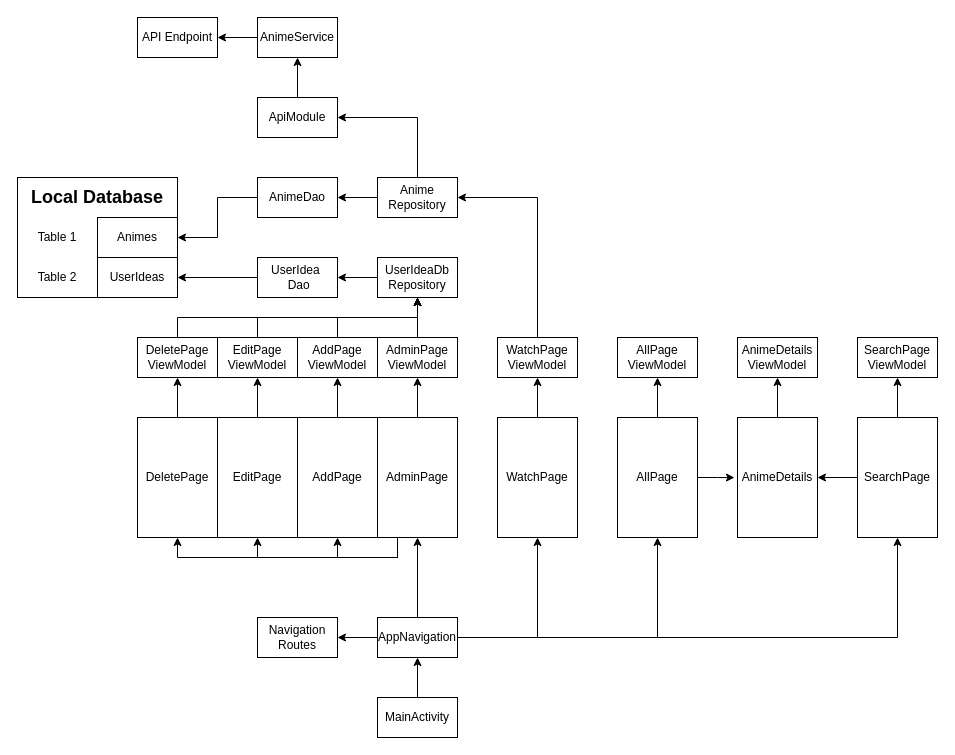
KremMannen/AnimeDatabase keeps this draw.io diagram as Diagram.drawio. Above is the earlier version. Source tidied: cells renumbered, new cells numbered last; positions are measured from the earlier drawing's top-left corner, leaving out a move shared by most shapes. Both pictures are drawn from the tidied source at 100%, with x=0, y=0 at pixel (17, 17).
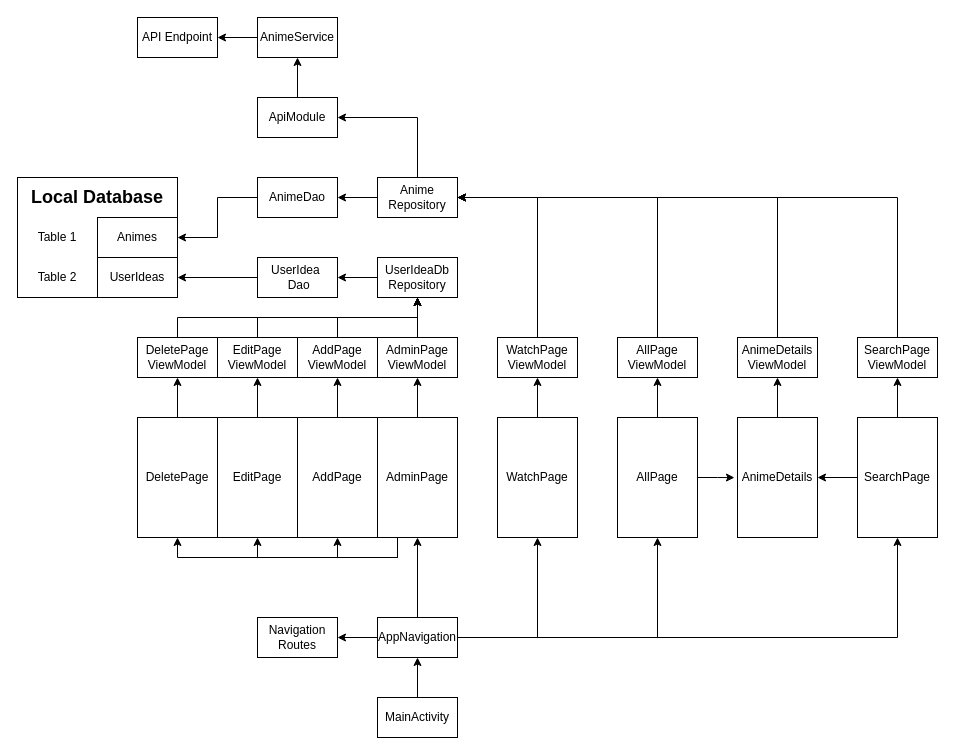
The same page after the edit.

Commit message (it also covers changes not shown here):
diagram addition

Unchanged cells that the change refers to:
```xml
<mxCell id="9" value="Anime Repository" style="rounded=0;whiteSpace=wrap;html=1;" parent="1" vertex="1">
  <mxGeometry x="360" y="160" width="80" height="40" as="geometry" />
</mxCell>
<mxCell id="24" value="AllPage&lt;div&gt;ViewModel&lt;/div&gt;" style="rounded=0;whiteSpace=wrap;html=1;" parent="1" vertex="1">
  <mxGeometry x="600" y="320" width="80" height="40" as="geometry" />
</mxCell>
<mxCell id="47" value="SearchPage&lt;div&gt;ViewModel&lt;/div&gt;" style="rounded=0;whiteSpace=wrap;html=1;" parent="1" vertex="1">
  <mxGeometry x="840" y="320" width="80" height="40" as="geometry" />
</mxCell>
<mxCell id="64" value="AnimeDetails&lt;div&gt;ViewModel&lt;/div&gt;" style="rounded=0;whiteSpace=wrap;html=1;" parent="1" vertex="1">
  <mxGeometry x="720" y="320" width="80" height="40" as="geometry" />
</mxCell>
```

Change to the diagram source:
```diff
@@
+    <mxCell id="65" style="edgeStyle=orthogonalEdgeStyle;rounded=0;jettySize=auto;html=1;entryX=1;entryY=0.5;entryDx=0;entryDy=0;" parent="1" edge="1" source="24" target="9">
+      <mxGeometry relative="1" as="geometry">
+        <Array as="points">
+          <mxPoint x="640" y="180" />
+        </Array>
+      </mxGeometry>
+    </mxCell>
@@
+    <mxCell id="66" style="edgeStyle=orthogonalEdgeStyle;rounded=0;jettySize=auto;html=1;entryX=1;entryY=0.5;entryDx=0;entryDy=0;" parent="1" edge="1" source="47" target="9">
+      <mxGeometry relative="1" as="geometry">
+        <Array as="points">
+          <mxPoint x="880" y="180" />
+        </Array>
+      </mxGeometry>
+    </mxCell>
@@
+    <mxCell id="67" style="edgeStyle=orthogonalEdgeStyle;rounded=0;jettySize=auto;html=1;entryX=1;entryY=0.5;entryDx=0;entryDy=0;" parent="1" edge="1" source="64" target="9">
+      <mxGeometry relative="1" as="geometry">
+        <Array as="points">
+          <mxPoint x="760" y="180" />
+        </Array>
+      </mxGeometry>
+    </mxCell>
```
